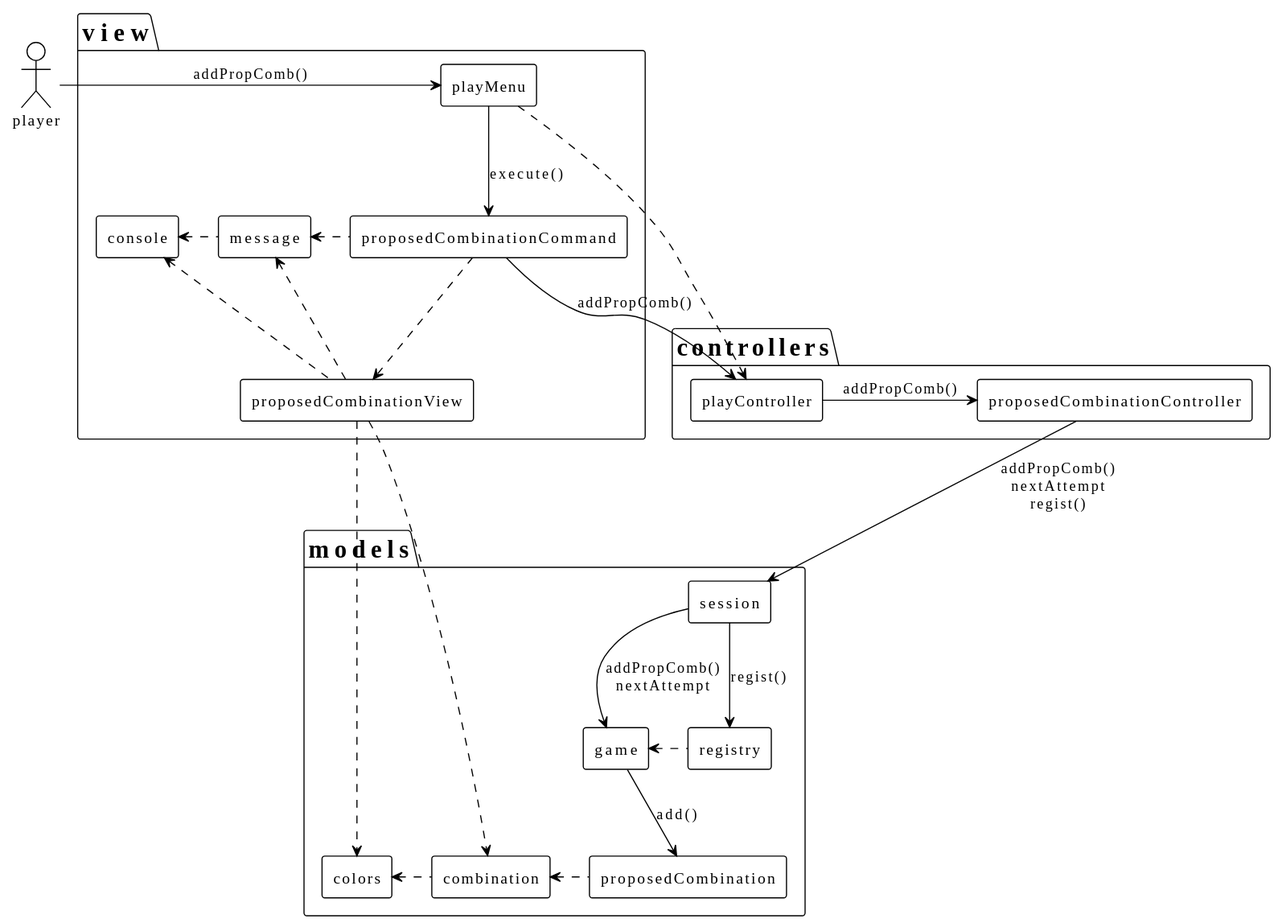
PacoMorando/master-mind-android keeps this PlantUML diagram as docs/colaboration_propose_combination/colaboration-propose-combination.svg. Above is the earlier version. The source it was exported from:
```plantuml
@startuml colaboration-propose-combination
!theme plain

actor player

package view{
    agent playMenu
    agent proposedCombinationCommand
    agent proposedCombinationView
    agent message
    agent console
}
package controllers {
    agent playController
    agent proposedCombinationController
}
package models {
    agent session
    agent registry
    agent game
    agent proposedCombination
    agent combination
    agent colors
}

playMenu ..> playController
player -right-> playMenu :addPropComb()
playMenu --> proposedCombinationCommand :execute()
proposedCombinationCommand --> playController :addPropComb()
proposedCombinationCommand ..> proposedCombinationView
proposedCombinationCommand .left.> message
proposedCombinationView .up.> console
proposedCombinationView .up.> message
proposedCombinationView ..> combination
proposedCombinationView ..> colors
message .left.> console

playController -right-> proposedCombinationController :addPropComb()
proposedCombinationController -down-> session :addPropComb()\nnextAttempt\nregist()
session -down-> game :addPropComb()\nnextAttempt
session -down-> registry :regist()
registry .left.> game
game -down-> proposedCombination :add()
proposedCombination .left.> combination
combination .left.> colors

@enduml
```
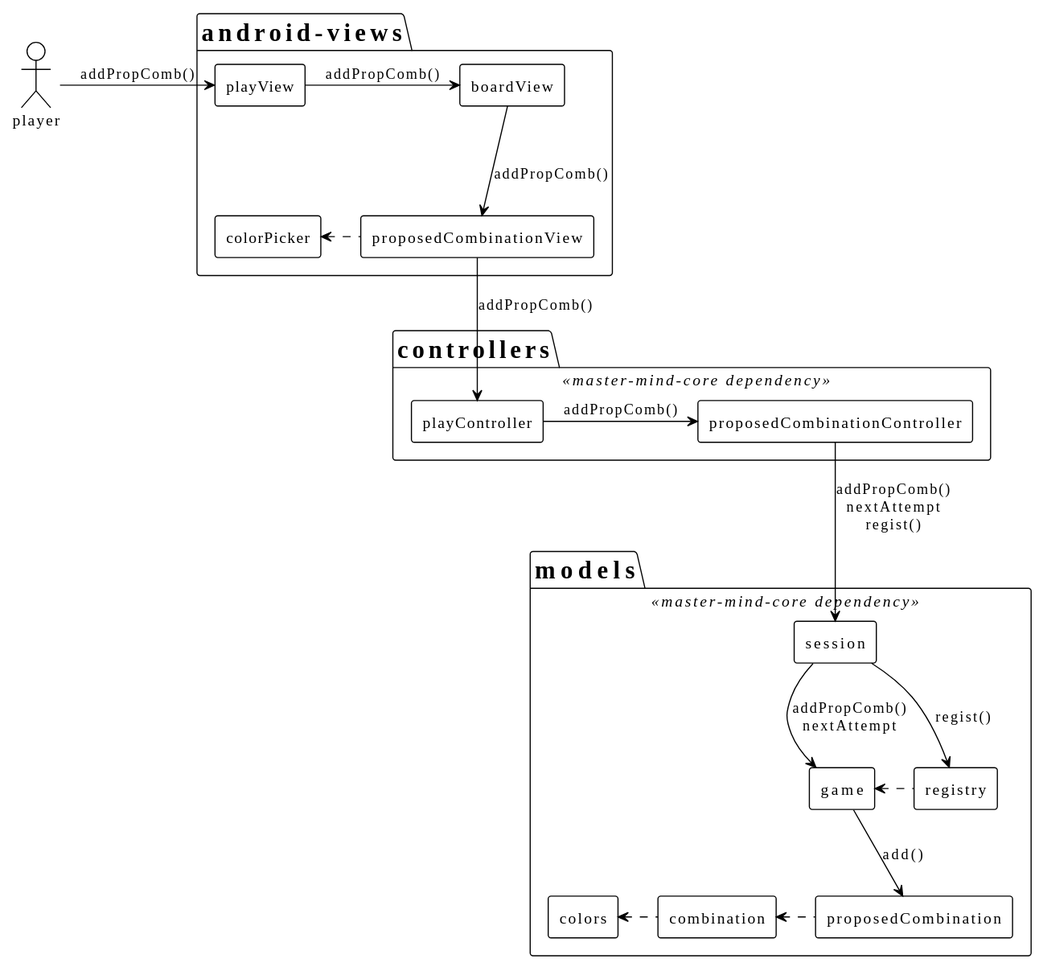
Later version of the same file.

The edit, as a diff of the source:
```diff
@@ -3,18 +3,17 @@
 
 actor player
 
-package view{
-    agent playMenu
-    agent proposedCombinationCommand
+package android-views{
+    agent playView
     agent proposedCombinationView
-    agent message
-    agent console
+    agent colorPicker
+    agent boardView
 }
-package controllers {
+package controllers <<master-mind-core dependency>> {
     agent playController
     agent proposedCombinationController
 }
-package models {
+package models <<master-mind-core dependency>> {
     agent session
     agent registry
     agent game
@@ -23,17 +22,12 @@
     agent colors
 }
 
-playMenu ..> playController
-player -right-> playMenu :addPropComb()
-playMenu --> proposedCombinationCommand :execute()
-proposedCombinationCommand --> playController :addPropComb()
-proposedCombinationCommand ..> proposedCombinationView
-proposedCombinationCommand .left.> message
-proposedCombinationView .up.> console
-proposedCombinationView .up.> message
-proposedCombinationView ..> combination
-proposedCombinationView ..> colors
-message .left.> console
+player -right-> playView :addPropComb()
+playView -right-> boardView :addPropComb()
+boardView  --> proposedCombinationView :addPropComb()
+proposedCombinationView --> playController :addPropComb()
+proposedCombinationView .left.> colorPicker
+
 
 playController -right-> proposedCombinationController :addPropComb()
 proposedCombinationController -down-> session :addPropComb()\nnextAttempt\nregist()
```
